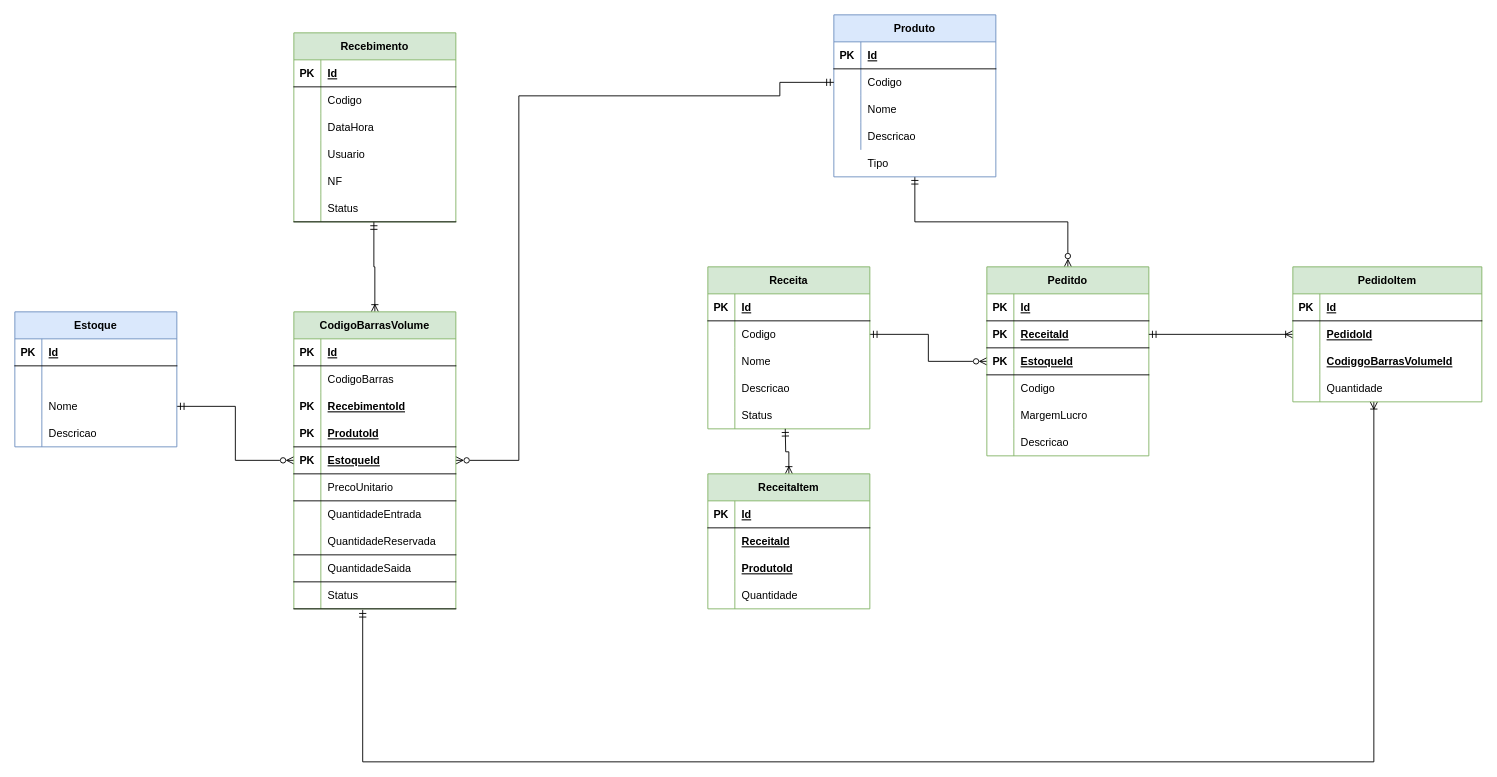
Before: page "Página-1" (1 of 3) of Banco/Modelagem Banco GerenciamentoPedidos.drawio in renanosoriorosa/GerenciamentoPedidos, a draw.io diagram. Source tidied: cells renumbered, new cells numbered last; positions are measured from the earlier drawing's top-left corner, leaving out a move shared by most shapes. Both pictures are drawn from the tidied source at 90%, with x=0, y=0 at pixel (14, 14).
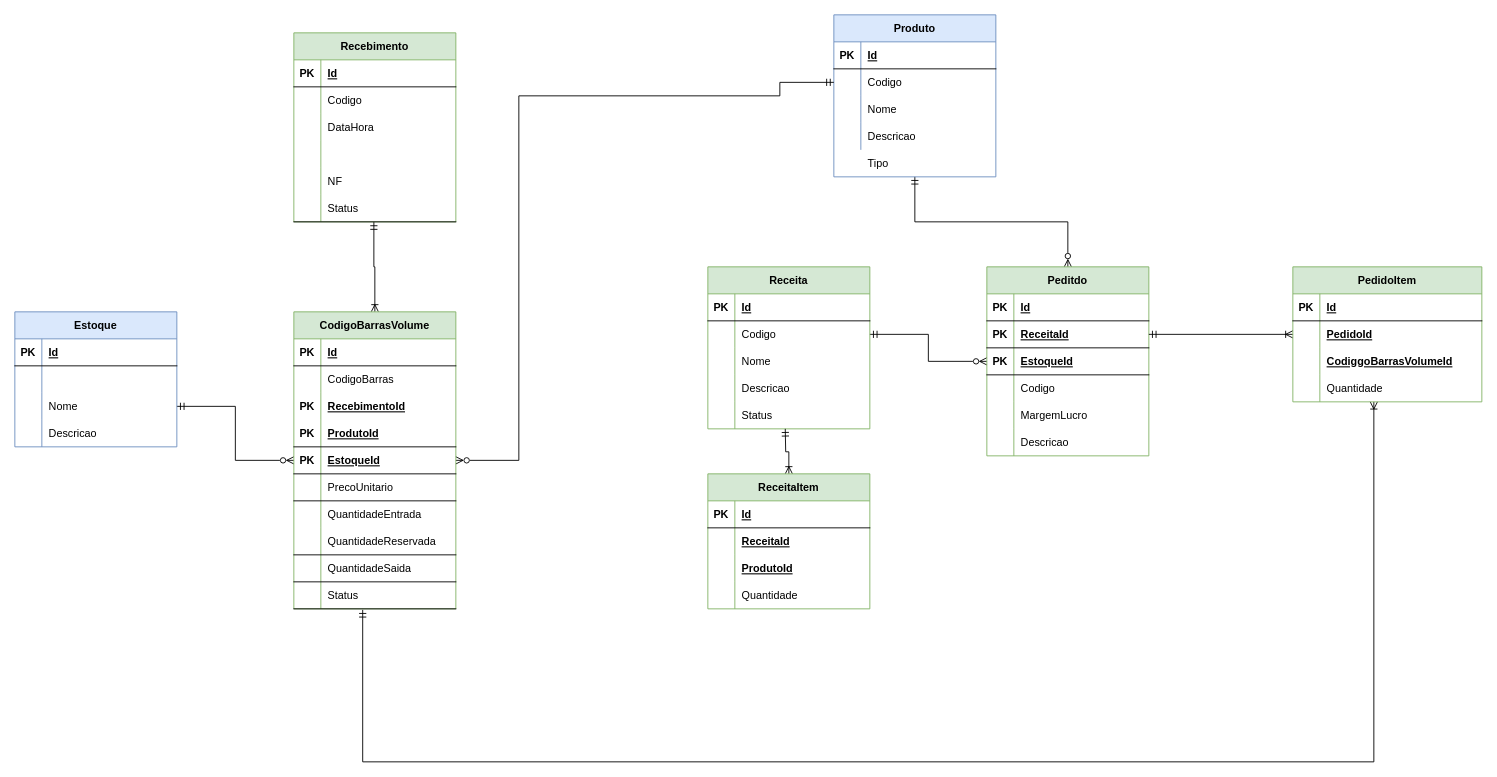
After the change.

The change refers to these unchanged cells:
```xml
<mxCell id="61" style="shape=tableRow;horizontal=0;startSize=0;swimlaneHead=0;swimlaneBody=0;fillColor=none;top=0;left=0;right=0;bottom=0;" parent="51" vertex="1">
  <mxGeometry y="120" width="180" height="30" as="geometry" />
</mxCell>
```

Diff of the diagram source:
```diff
@@
-    <mxCell id="63" value="Usuario" style="shape=partialRectangle;fillColor=none;top=0;left=0;bottom=0;right=0;align=left;spacingLeft=6;overflow=hidden;" parent="61" vertex="1">
+    <mxCell id="63" style="shape=partialRectangle;fillColor=none;top=0;left=0;bottom=0;right=0;align=left;spacingLeft=6;overflow=hidden;" parent="61" vertex="1">
       <mxGeometry x="30" width="150" height="30" as="geometry" />
     </mxCell>
```
